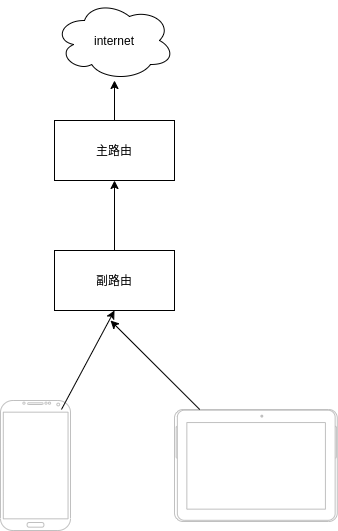
Above: static/drawio/dual-routers.drawio.png in ryohuang/ryohuang.github.io (draw.io), before the change. Source tidied: cells renumbered, new cells last; positions are measured from the earlier drawing's top-left corner, leaving out a move shared by most shapes.
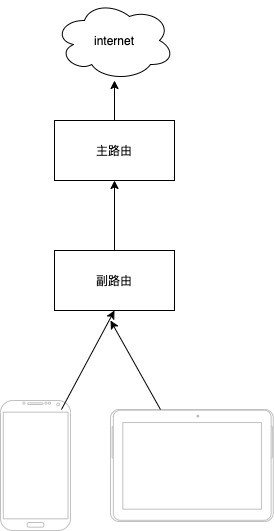
The same file after the commit.

Diff of the diagram source:
```diff
@@ -1,4 +1,4 @@
-<mxGraphModel>
+<mxGraphModel background="#ffffff" shadow="1">
   <root>
     <mxCell id="0" />
     <mxCell id="1" parent="0" />
@@ -26,7 +26,7 @@
       <mxGeometry relative="1" as="geometry" />
     </mxCell>
     <mxCell id="9" style="verticalLabelPosition=bottom;verticalAlign=top;html=1;shadow=0;dashed=0;strokeWidth=1;shape=mxgraph.android.tab2;strokeColor=#c0c0c0;direction=north;" parent="1" vertex="1">
-      <mxGeometry x="174" y="409" width="162.8" height="112" as="geometry" />
+      <mxGeometry x="110" y="409" width="162.8" height="112" as="geometry" />
     </mxCell>
     <mxCell id="10" style="endArrow=classic;html=1;" parent="1" edge="1" source="9">
       <mxGeometry relative="1" as="geometry">
```
